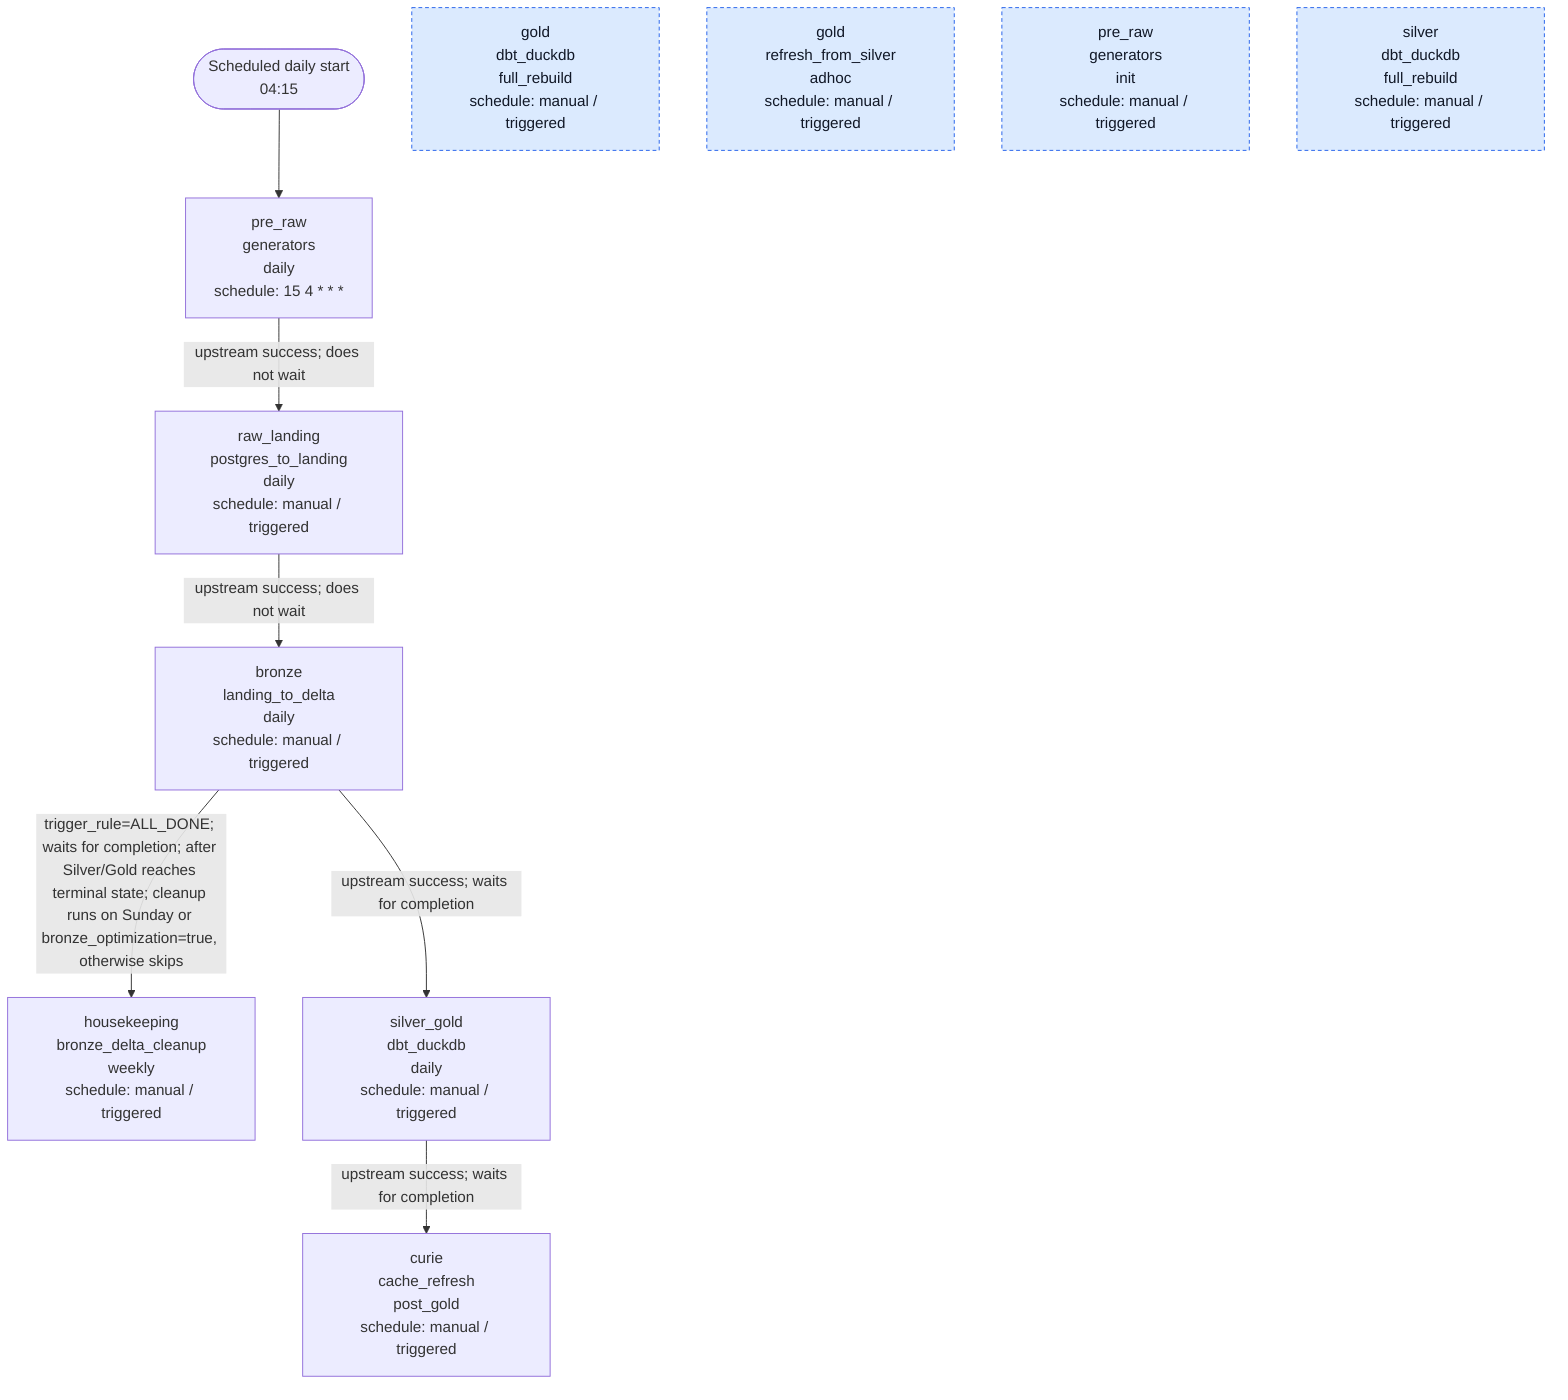
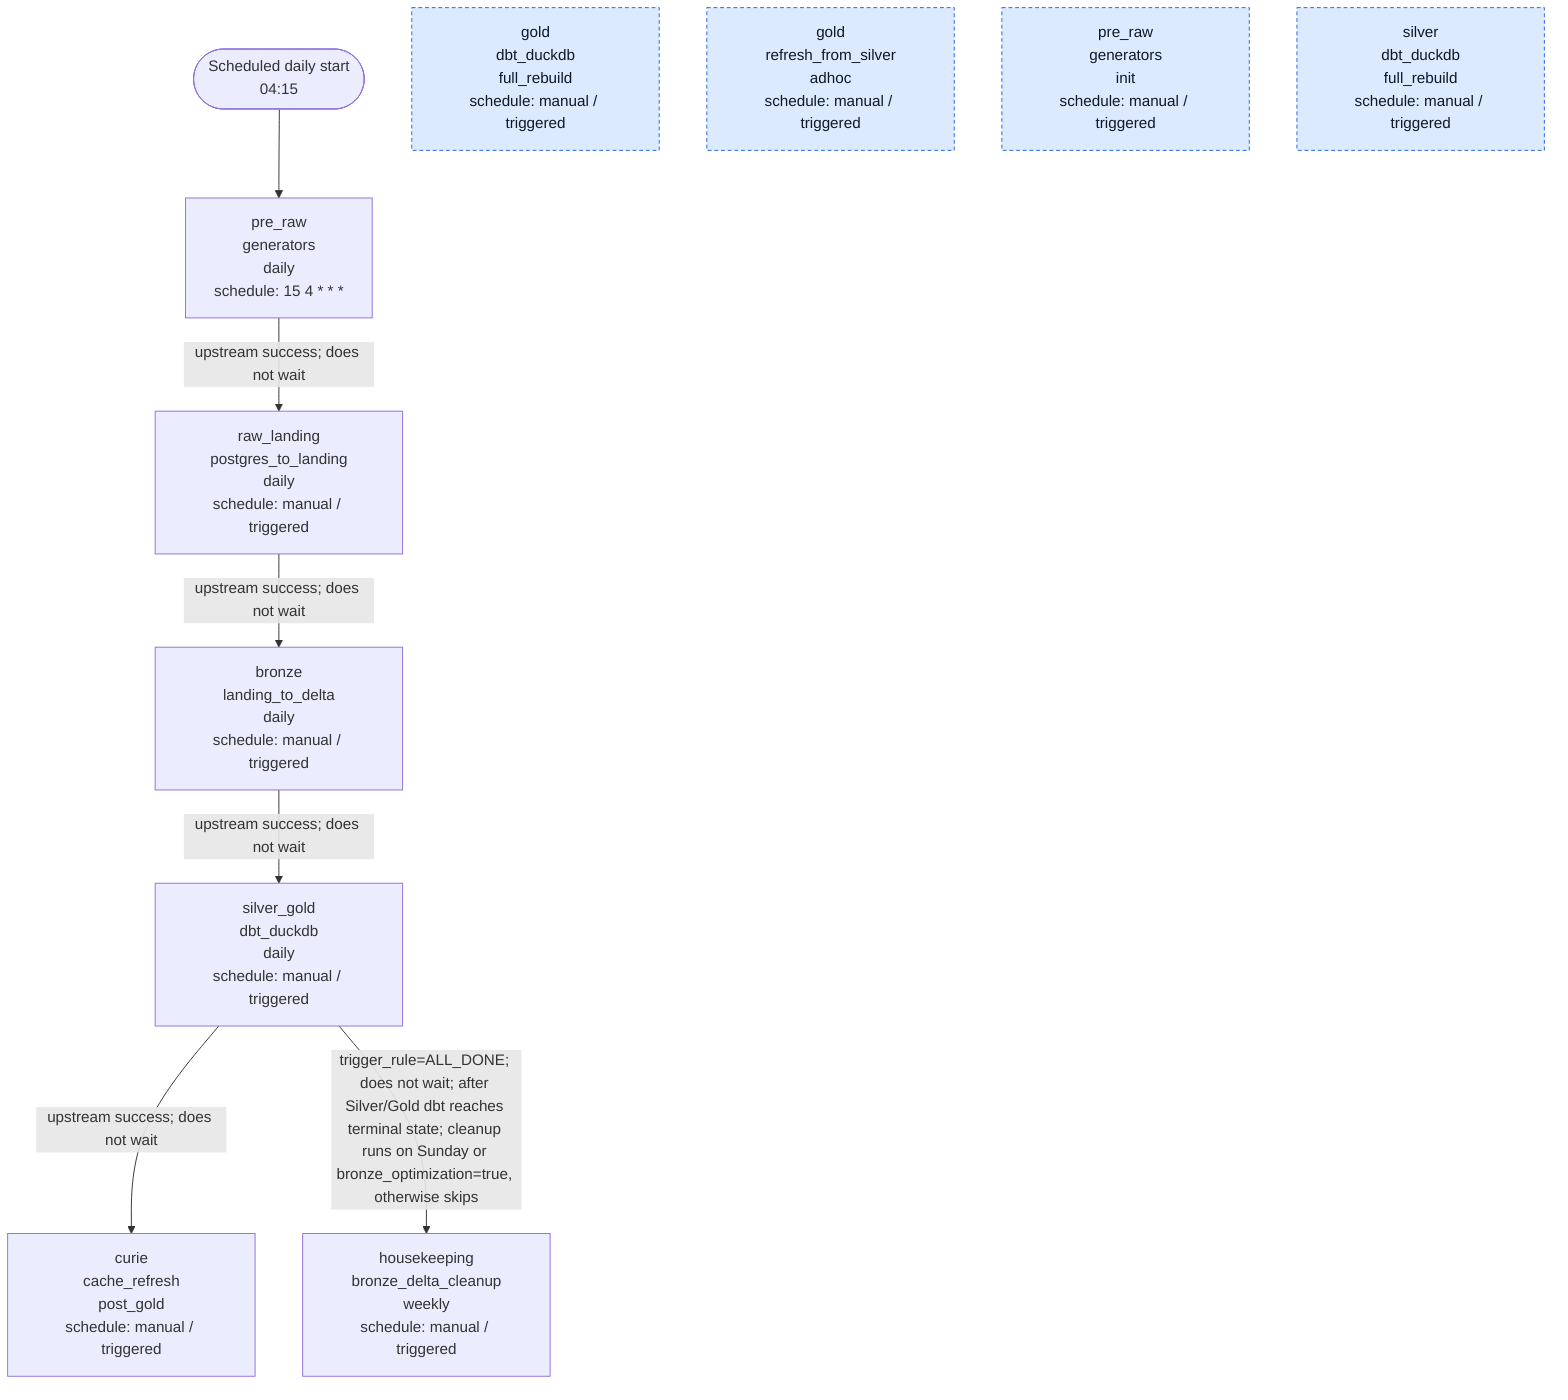
flowchart TD
    START(["Scheduled daily start<br/>04:15"])
    D_AMPERE__BRONZE__LANDING_TO_DELTA__DAILY["bronze<br/>landing_to_delta<br/>daily<br/>schedule: manual / triggered"]
    D_AMPERE__CURIE__CACHE_REFRESH__POST_GOLD["curie<br/>cache_refresh<br/>post_gold<br/>schedule: manual / triggered"]
    D_AMPERE__GOLD__DBT_DUCKDB__FULL_REBUILD["gold<br/>dbt_duckdb<br/>full_rebuild<br/>schedule: manual / triggered"]
    D_AMPERE__GOLD__REFRESH_FROM_SILVER__ADHOC["gold<br/>refresh_from_silver<br/>adhoc<br/>schedule: manual / triggered"]
    D_AMPERE__HOUSEKEEPING__BRONZE_DELTA_CLEANUP__WEEKLY["housekeeping<br/>bronze_delta_cleanup<br/>weekly<br/>schedule: manual / triggered"]
    D_AMPERE__PRE_RAW__GENERATORS__DAILY["pre_raw<br/>generators<br/>daily<br/>schedule: 15 4 * * *"]
    D_AMPERE__PRE_RAW__GENERATORS__INIT["pre_raw<br/>generators<br/>init<br/>schedule: manual / triggered"]
    D_AMPERE__RAW_LANDING__POSTGRES_TO_LANDING__DAILY["raw_landing<br/>postgres_to_landing<br/>daily<br/>schedule: manual / triggered"]
    D_AMPERE__SILVER__DBT_DUCKDB__FULL_REBUILD["silver<br/>dbt_duckdb<br/>full_rebuild<br/>schedule: manual / triggered"]
    D_AMPERE__SILVER_GOLD__DBT_DUCKDB__DAILY["silver_gold<br/>dbt_duckdb<br/>daily<br/>schedule: manual / triggered"]

    START --> D_AMPERE__PRE_RAW__GENERATORS__DAILY
-     D_AMPERE__BRONZE__LANDING_TO_DELTA__DAILY -->|"trigger_rule=ALL_DONE; waits for completion; after Silver/Gold reaches terminal state; cleanup runs on Sunday or bronze_optimization=true, otherwise skips"| D_AMPERE__HOUSEKEEPING__BRONZE_DELTA_CLEANUP__WEEKLY
-     D_AMPERE__BRONZE__LANDING_TO_DELTA__DAILY -->|"upstream success; waits for completion"| D_AMPERE__SILVER_GOLD__DBT_DUCKDB__DAILY
+     D_AMPERE__BRONZE__LANDING_TO_DELTA__DAILY -->|"upstream success; does not wait"| D_AMPERE__SILVER_GOLD__DBT_DUCKDB__DAILY
    D_AMPERE__PRE_RAW__GENERATORS__DAILY -->|"upstream success; does not wait"| D_AMPERE__RAW_LANDING__POSTGRES_TO_LANDING__DAILY
    D_AMPERE__RAW_LANDING__POSTGRES_TO_LANDING__DAILY -->|"upstream success; does not wait"| D_AMPERE__BRONZE__LANDING_TO_DELTA__DAILY
-     D_AMPERE__SILVER_GOLD__DBT_DUCKDB__DAILY -->|"upstream success; waits for completion"| D_AMPERE__CURIE__CACHE_REFRESH__POST_GOLD
+     D_AMPERE__SILVER_GOLD__DBT_DUCKDB__DAILY -->|"upstream success; does not wait"| D_AMPERE__CURIE__CACHE_REFRESH__POST_GOLD
+     D_AMPERE__SILVER_GOLD__DBT_DUCKDB__DAILY -->|"trigger_rule=ALL_DONE; does not wait; after Silver/Gold dbt reaches terminal state; cleanup runs on Sunday or bronze_optimization=true, otherwise skips"| D_AMPERE__HOUSEKEEPING__BRONZE_DELTA_CLEANUP__WEEKLY

    D_AMPERE__PRE_RAW__GENERATORS__INIT:::manual
    D_AMPERE__SILVER__DBT_DUCKDB__FULL_REBUILD:::manual
    D_AMPERE__GOLD__DBT_DUCKDB__FULL_REBUILD:::manual
    D_AMPERE__GOLD__REFRESH_FROM_SILVER__ADHOC:::manual
    classDef manual fill:#dbeafe,stroke:#2563eb,color:#111827,stroke-dasharray: 4 3
